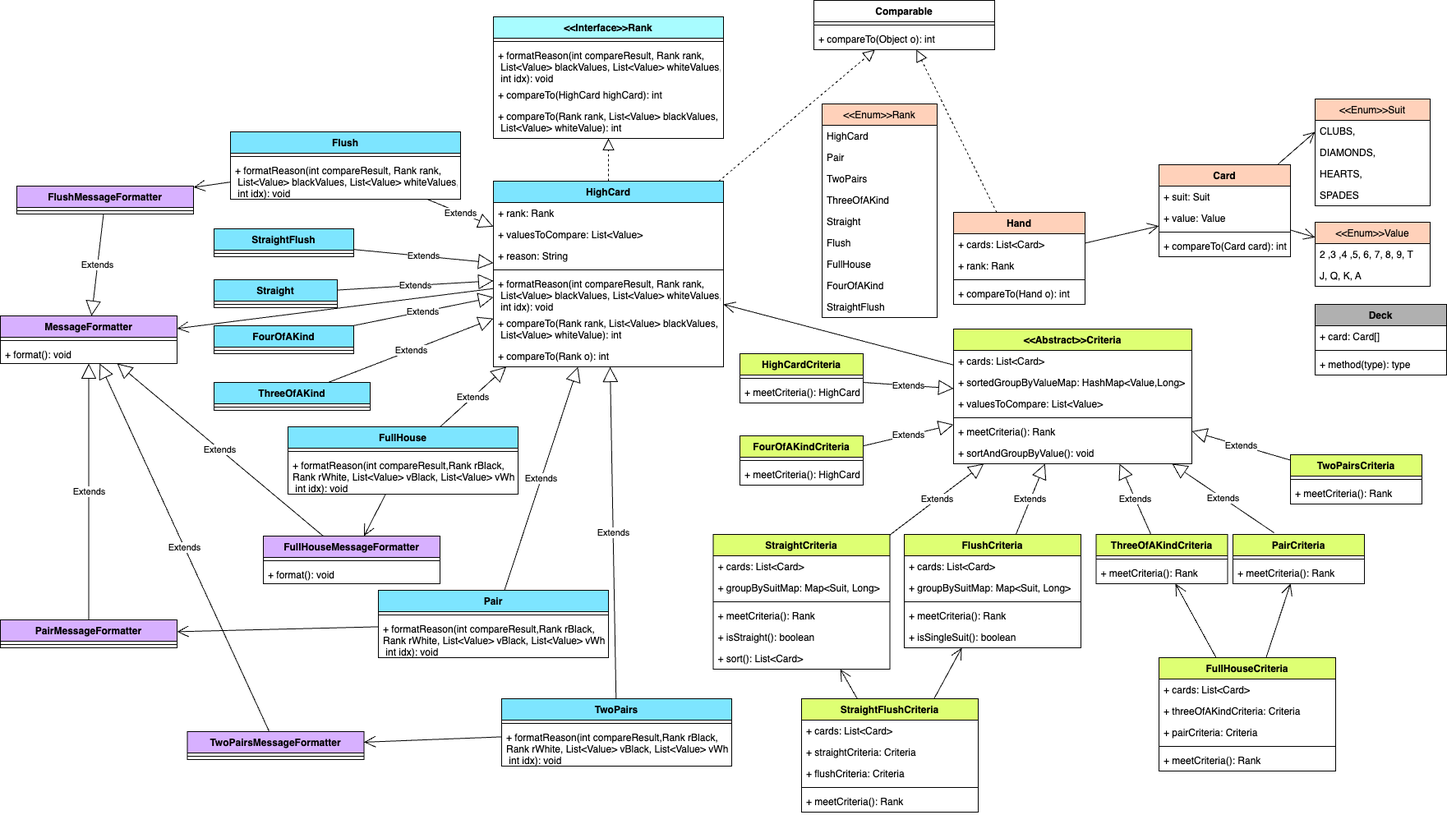
This is poker-hands-new.drawio.png from clairetsoi1129/poker-hands, a draw.io export, as it was before one commit. Source tidied: cells renumbered, new cells last; positions are measured from the earlier drawing's top-left corner, leaving out a move shared by most shapes.
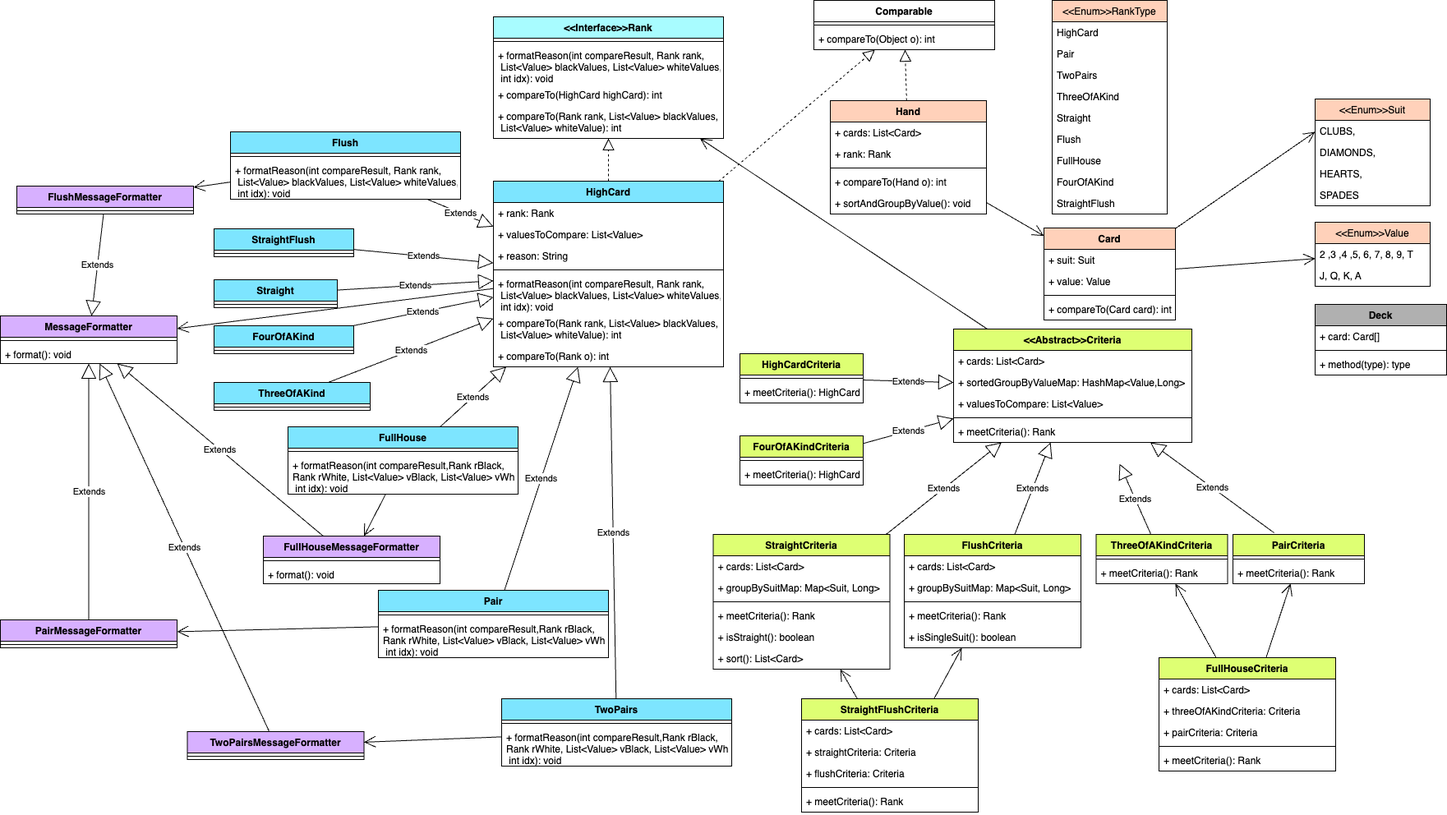
After the change.

Commit message:
Fix - UML diagram to show the correct linkage and enum name

Diff of the diagram source:
```diff
@@ -3,7 +3,7 @@
     <mxCell id="0" />
     <mxCell id="1" parent="0" />
     <mxCell id="2" value="Card" style="swimlane;fontStyle=1;align=center;verticalAlign=top;horizontal=1;startSize=26;fillColor=#FFD1BA;" parent="1" vertex="1">
-      <mxGeometry x="1410" y="200" width="160" height="112" as="geometry" />
+      <mxGeometry x="1270" y="277" width="160" height="112" as="geometry" />
     </mxCell>
     <mxCell id="3" value="+ suit: Suit" style="text;strokeColor=none;fillColor=none;align=left;verticalAlign=top;spacingLeft=4;spacingRight=4;overflow=hidden;" parent="2" vertex="1">
       <mxGeometry y="26" width="160" height="26" as="geometry" />
@@ -42,20 +42,23 @@
       <mxGeometry y="52" width="140" height="26" as="geometry" />
     </mxCell>
     <mxCell id="15" value="Hand" style="swimlane;fontStyle=1;align=center;verticalAlign=top;horizontal=1;startSize=26;fillColor=#FFD1BA;" parent="1" vertex="1">
-      <mxGeometry x="1160" y="258" width="160" height="112" as="geometry" />
+      <mxGeometry x="1010" y="122" width="190" height="138" as="geometry" />
     </mxCell>
     <mxCell id="16" value="+ cards: List&lt;Card&gt;" style="text;strokeColor=none;fillColor=none;align=left;verticalAlign=top;spacingLeft=4;spacingRight=4;overflow=hidden;" parent="15" vertex="1">
-      <mxGeometry y="26" width="160" height="26" as="geometry" />
+      <mxGeometry y="26" width="190" height="26" as="geometry" />
     </mxCell>
     <mxCell id="17" value="+ rank: Rank" style="text;strokeColor=none;fillColor=none;align=left;verticalAlign=top;spacingLeft=4;spacingRight=4;overflow=hidden;" parent="15" vertex="1">
-      <mxGeometry y="52" width="160" height="26" as="geometry" />
+      <mxGeometry y="52" width="190" height="26" as="geometry" />
     </mxCell>
     <mxCell id="18" style="line;strokeWidth=1;fillColor=none;align=left;verticalAlign=middle;spacingTop=-1;spacingLeft=3;spacingRight=3;labelPosition=right;strokeColor=inherit;" parent="15" vertex="1">
-      <mxGeometry y="78" width="160" height="8" as="geometry" />
+      <mxGeometry y="78" width="190" height="8" as="geometry" />
     </mxCell>
     <mxCell id="19" value="+ compareTo(Hand o): int" style="text;strokeColor=none;fillColor=none;align=left;verticalAlign=top;spacingLeft=4;spacingRight=4;overflow=hidden;" parent="15" vertex="1">
-      <mxGeometry y="86" width="160" height="26" as="geometry" />
+      <mxGeometry y="86" width="190" height="26" as="geometry" />
     </mxCell>
+    <mxCell id="36" value="+ sortAndGroupByValue(): void" style="text;strokeColor=none;fillColor=none;align=left;verticalAlign=top;spacingLeft=4;spacingRight=4;overflow=hidden;" parent="15" vertex="1">
+      <mxGeometry y="112" width="190" height="26" as="geometry" />
+    </mxCell>
     <mxCell id="20" value="Comparable" style="swimlane;fontStyle=1;align=center;verticalAlign=top;horizontal=1;startSize=26;" parent="1" vertex="1">
       <mxGeometry x="990" width="220" height="60" as="geometry" />
     </mxCell>
@@ -89,7 +92,7 @@
       <mxGeometry relative="1" as="geometry" />
     </mxCell>
     <mxCell id="30" value="&lt;&lt;Abstract&gt;&gt;Criteria" style="swimlane;fontStyle=1;align=center;verticalAlign=top;horizontal=1;startSize=26;fillColor=#DEFF73;" parent="1" vertex="1">
-      <mxGeometry x="1160" y="400" width="290" height="164" as="geometry" />
+      <mxGeometry x="1160" y="400" width="290" height="138" as="geometry" />
     </mxCell>
     <mxCell id="31" value="+ cards: List&lt;Card&gt;" style="text;strokeColor=none;fillColor=none;align=left;verticalAlign=top;spacingLeft=4;spacingRight=4;overflow=hidden;" parent="30" vertex="1">
       <mxGeometry y="26" width="290" height="26" as="geometry" />
@@ -106,9 +109,6 @@
     <mxCell id="35" value="+ meetCriteria(): Rank" style="text;strokeColor=none;fillColor=none;align=left;verticalAlign=top;spacingLeft=4;spacingRight=4;overflow=hidden;" parent="30" vertex="1">
       <mxGeometry y="112" width="290" height="26" as="geometry" />
     </mxCell>
-    <mxCell id="36" value="+ sortAndGroupByValue(): void" style="text;strokeColor=none;fillColor=none;align=left;verticalAlign=top;spacingLeft=4;spacingRight=4;overflow=hidden;" parent="30" vertex="1">
-      <mxGeometry y="138" width="290" height="26" as="geometry" />
-    </mxCell>
     <mxCell id="37" value="FlushCriteria" style="swimlane;fontStyle=1;align=center;verticalAlign=top;horizontal=1;startSize=26;fillColor=#DEFF73;" parent="1" vertex="1">
       <mxGeometry x="1100" y="650" width="215" height="138" as="geometry" />
     </mxCell>
@@ -168,15 +168,6 @@
     <mxCell id="55" value="Extends" style="endArrow=block;endSize=16;endFill=0;html=1;rounded=0;exitX=0.313;exitY=-0.033;exitDx=0;exitDy=0;exitPerimeter=0;" parent="1" edge="1" source="52" target="30">
       <mxGeometry relative="1" as="geometry" />
     </mxCell>
-    <mxCell id="56" value="TwoPairsCriteria" style="swimlane;fontStyle=1;align=center;verticalAlign=top;horizontal=1;startSize=26;fillColor=#DEFF73;" parent="1" vertex="1">
-      <mxGeometry x="1570" y="553" width="160" height="60" as="geometry" />
-    </mxCell>
-    <mxCell id="57" style="line;strokeWidth=1;fillColor=none;align=left;verticalAlign=middle;spacingTop=-1;spacingLeft=3;spacingRight=3;labelPosition=right;strokeColor=inherit;" parent="56" vertex="1">
-      <mxGeometry y="26" width="160" height="8" as="geometry" />
-    </mxCell>
-    <mxCell id="58" value="+ meetCriteria(): Rank" style="text;strokeColor=none;fillColor=none;align=left;verticalAlign=top;spacingLeft=4;spacingRight=4;overflow=hidden;" parent="56" vertex="1">
-      <mxGeometry y="34" width="160" height="26" as="geometry" />
-    </mxCell>
     <mxCell id="59" value="StraightCriteria" style="swimlane;fontStyle=1;align=center;verticalAlign=top;horizontal=1;startSize=26;fillColor=#DEFF73;" parent="1" vertex="1">
       <mxGeometry x="867.5" y="650" width="215" height="164" as="geometry" />
     </mxCell>
@@ -201,9 +192,6 @@
     <mxCell id="66" value="Extends" style="endArrow=block;endSize=16;endFill=0;html=1;rounded=0;" parent="1" edge="1" source="59" target="30">
       <mxGeometry relative="1" as="geometry" />
     </mxCell>
-    <mxCell id="67" value="Extends" style="endArrow=block;endSize=16;endFill=0;html=1;rounded=0;" parent="1" edge="1" source="56" target="30">
-      <mxGeometry relative="1" as="geometry" />
-    </mxCell>
     <mxCell id="68" value="StraightFlushCriteria" style="swimlane;fontStyle=1;align=center;verticalAlign=top;horizontal=1;startSize=26;fillColor=#DEFF73;" parent="1" vertex="1">
       <mxGeometry x="975" y="850" width="215" height="138" as="geometry" />
     </mxCell>
@@ -375,7 +363,7 @@
     <mxCell id="124" value="Extends" style="endArrow=block;endSize=16;endFill=0;html=1;rounded=0;" parent="1" edge="1" source="112" target="88">
       <mxGeometry relative="1" as="geometry" />
     </mxCell>
-    <mxCell id="125" style="endArrow=open;endFill=1;endSize=12;html=1;rounded=0;" parent="1" edge="1" source="30" target="88">
+    <mxCell id="125" style="endArrow=open;endFill=1;endSize=12;html=1;rounded=0;" parent="1" edge="1" source="30" target="147">
       <mxGeometry relative="1" as="geometry" />
     </mxCell>
     <mxCell id="126" value="TwoPairsMessageFormatter" style="swimlane;fontStyle=1;align=center;verticalAlign=top;horizontal=1;startSize=26;fillColor=#D7B0FF;" parent="1" vertex="1">
@@ -456,8 +444,8 @@
     <mxCell id="151" value="+ compareTo(Rank rank, List&lt;Value&gt; blackValues,&#10; List&lt;Value&gt; whiteValue): int" style="text;strokeColor=none;fillColor=none;align=left;verticalAlign=top;spacingLeft=4;spacingRight=4;overflow=hidden;" parent="147" vertex="1">
       <mxGeometry y="108" width="280" height="40" as="geometry" />
     </mxCell>
-    <mxCell id="152" value="&lt;&lt;Enum&gt;&gt;Rank" style="swimlane;fontStyle=0;horizontal=1;startSize=26;fillColor=#FFD1BA;" parent="1" vertex="1">
-      <mxGeometry x="1000" y="126" width="140" height="260" as="geometry" />
+    <mxCell id="152" value="&lt;&lt;Enum&gt;&gt;RankType" style="swimlane;fontStyle=0;horizontal=1;startSize=26;fillColor=#FFD1BA;" parent="1" vertex="1">
+      <mxGeometry x="1280" width="140" height="260" as="geometry" />
     </mxCell>
     <mxCell id="153" value="HighCard" style="text;strokeColor=none;fillColor=none;align=left;verticalAlign=top;spacingLeft=4;spacingRight=4;overflow=hidden;" parent="152" vertex="1">
       <mxGeometry y="26" width="140" height="26" as="geometry" />
```
